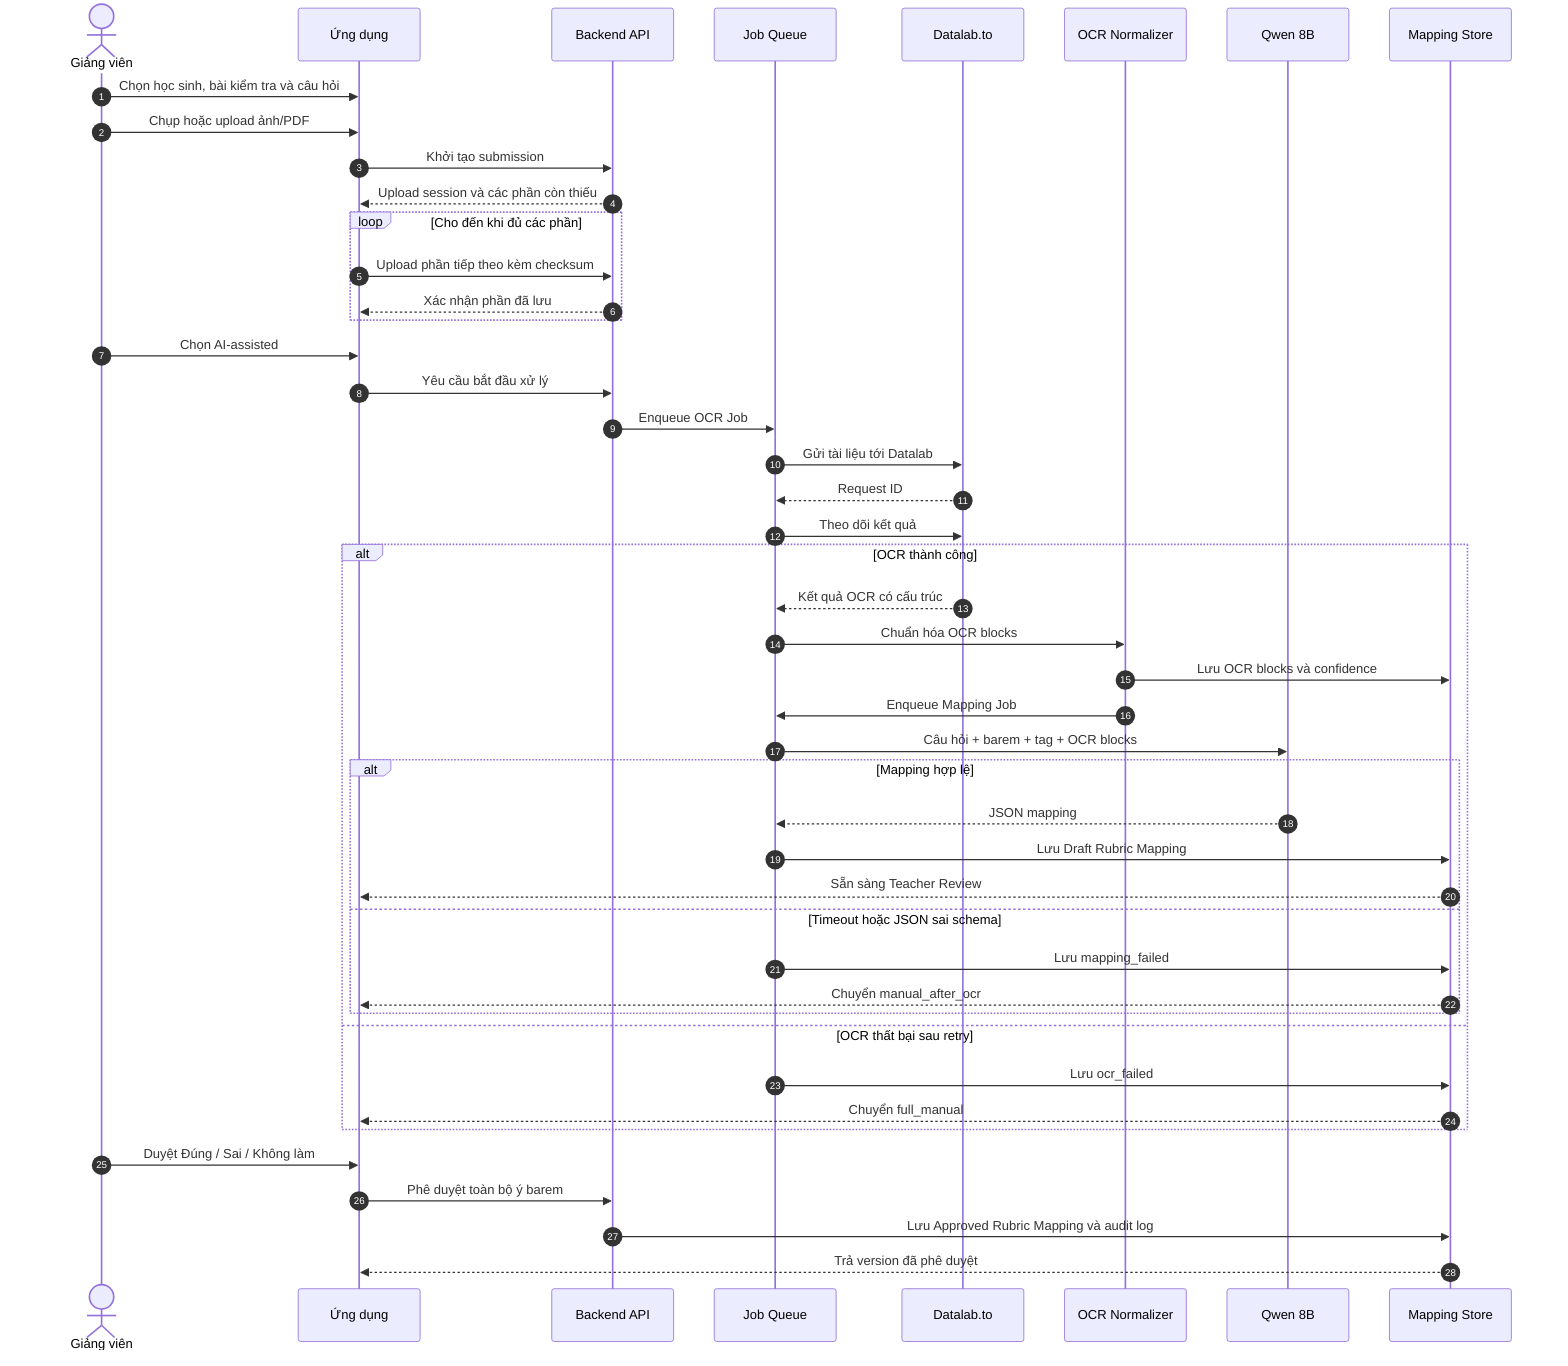
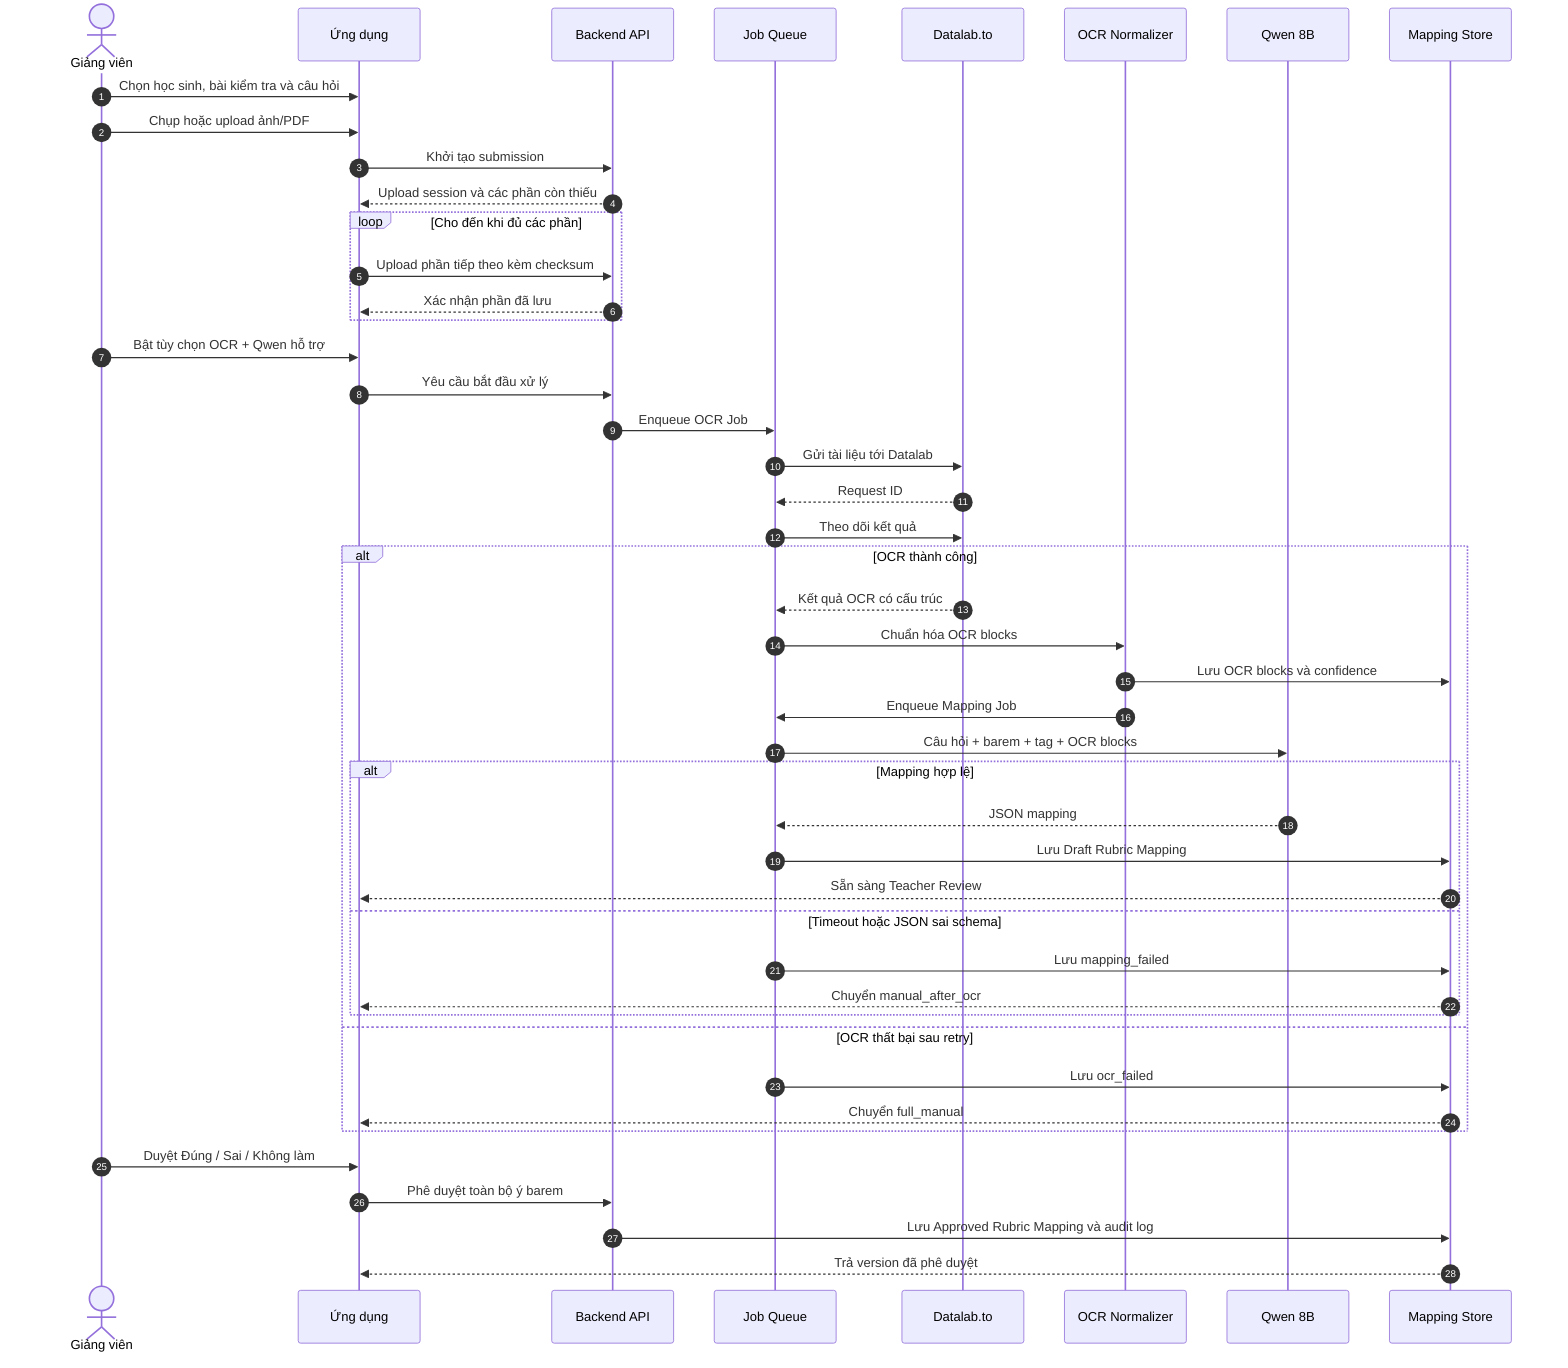
%%{init: {"theme": "base", "themeVariables": {"background": "#1f1f1f", "primaryColor": "#1f1f1f", "primaryTextColor": "#f3f3f3", "primaryBorderColor": "#a8a8a8", "lineColor": "#c8c8c8", "actorBkg": "#1f1f1f", "actorBorder": "#a8a8a8", "actorTextColor": "#f3f3f3", "signalColor": "#c8c8c8", "signalTextColor": "#f3f3f3", "labelBoxBkgColor": "#1f1f1f", "labelTextColor": "#f3f3f3", "noteBkgColor": "#2a2a2a", "noteTextColor": "#f3f3f3", "fontFamily": "Georgia, 'Times New Roman', serif"}}}%%
sequenceDiagram
    autonumber
    actor GV as Giảng viên
    participant APP as Ứng dụng
    participant API as Backend API
    participant Q as Job Queue
    participant OCR as Datalab.to
    participant N as OCR Normalizer
    participant LLM as Qwen 8B
    participant DB as Mapping Store

    GV->>APP: Chọn học sinh, bài kiểm tra và câu hỏi
    GV->>APP: Chụp hoặc upload ảnh/PDF
    APP->>API: Khởi tạo submission
    API-->>APP: Upload session và các phần còn thiếu

    loop Cho đến khi đủ các phần
        APP->>API: Upload phần tiếp theo kèm checksum
        API-->>APP: Xác nhận phần đã lưu
    end

-     GV->>APP: Chọn AI-assisted
+     GV->>APP: Bật tùy chọn OCR + Qwen hỗ trợ
    APP->>API: Yêu cầu bắt đầu xử lý
    API->>Q: Enqueue OCR Job
    Q->>OCR: Gửi tài liệu tới Datalab
    OCR-->>Q: Request ID
    Q->>OCR: Theo dõi kết quả

    alt OCR thành công
        OCR-->>Q: Kết quả OCR có cấu trúc
        Q->>N: Chuẩn hóa OCR blocks
        N->>DB: Lưu OCR blocks và confidence
        N->>Q: Enqueue Mapping Job
        Q->>LLM: Câu hỏi + barem + tag + OCR blocks

        alt Mapping hợp lệ
            LLM-->>Q: JSON mapping
            Q->>DB: Lưu Draft Rubric Mapping
            DB-->>APP: Sẵn sàng Teacher Review
        else Timeout hoặc JSON sai schema
            Q->>DB: Lưu mapping_failed
            DB-->>APP: Chuyển manual_after_ocr
        end
    else OCR thất bại sau retry
        Q->>DB: Lưu ocr_failed
        DB-->>APP: Chuyển full_manual
    end

    GV->>APP: Duyệt Đúng / Sai / Không làm
    APP->>API: Phê duyệt toàn bộ ý barem
    API->>DB: Lưu Approved Rubric Mapping và audit log
    DB-->>APP: Trả version đã phê duyệt
